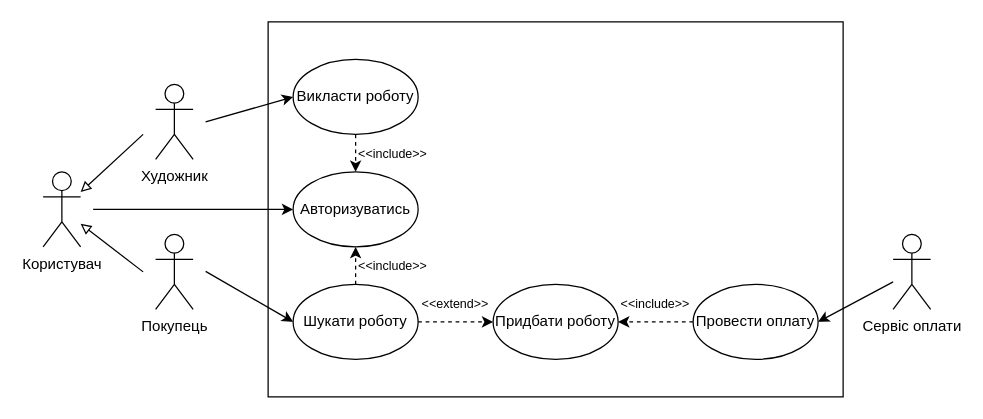
Earlier version of the draw.io diagram 1-SoftwareRequirements/1.3-SoftwareUserRequirements/1.3.3-UseCaseDiagram/PrecedenceDiagram.drawio (oleksandrblazhko/ai203-tokarev). Source tidied: cells renumbered, new cells numbered last; positions are measured from the earlier drawing's top-left corner, leaving out a move shared by most shapes. Both pictures are drawn from the tidied source at 125%, with x=0, y=0 at pixel (42, 21).
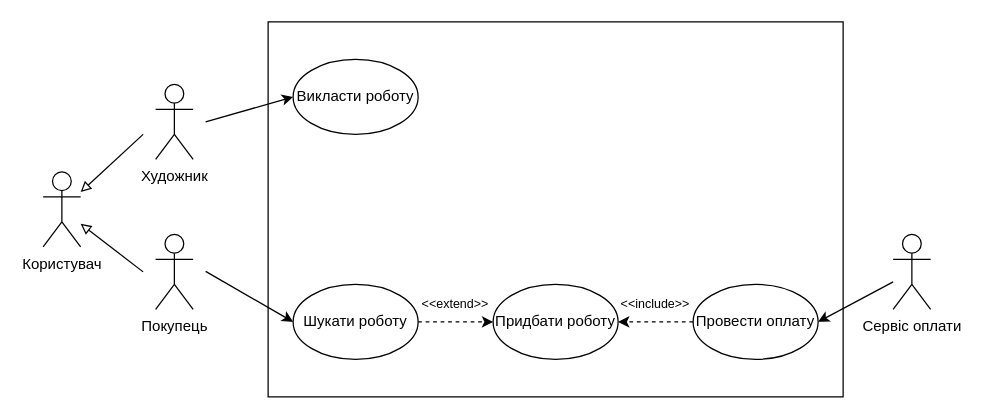
Above is the later version.

The change refers to these unchanged cells:
```xml
<mxCell id="6" value="Викласти роботу" style="ellipse;whiteSpace=wrap;html=1;" parent="1" vertex="1">
  <mxGeometry x="200" y="30" width="100" height="60" as="geometry" />
</mxCell>
<mxCell id="8" value="Шукати роботу" style="ellipse;whiteSpace=wrap;html=1;" parent="1" vertex="1">
  <mxGeometry x="200" y="210" width="100" height="60" as="geometry" />
</mxCell>
```

What changed in the source:
```diff
@@
-    <mxCell id="19" value="Авторизуватись" style="ellipse;whiteSpace=wrap;html=1;" parent="1" vertex="1">
-      <mxGeometry x="200" y="120" width="100" height="60" as="geometry" />
-    </mxCell>
-    <mxCell id="20" style="endArrow=classic;html=1;rounded=0;fontSize=10;entryX=0.5;entryY=0;entryDx=0;entryDy=0;exitX=0.5;exitY=1;exitDx=0;exitDy=0;dashed=1;" parent="1" edge="1" source="6" target="19">
-      <mxGeometry relative="1" as="geometry" />
-    </mxCell>
-    <mxCell id="21" style="endArrow=classic;html=1;rounded=0;fontSize=10;exitX=0.5;exitY=0;exitDx=0;exitDy=0;entryX=0.5;entryY=1;entryDx=0;entryDy=0;dashed=1;" parent="1" edge="1" source="8" target="19">
-      <mxGeometry relative="1" as="geometry" />
-    </mxCell>
-    <mxCell id="22" value="&lt;font style=&quot;font-size: 10px;&quot;&gt;&amp;lt;&amp;lt;include&amp;gt;&amp;gt;&lt;/font&gt;" style="text;html=1;strokeColor=none;fillColor=none;align=center;verticalAlign=middle;whiteSpace=wrap;rounded=0;" parent="1" vertex="1">
-      <mxGeometry x="250" y="90" width="60" height="30" as="geometry" />
-    </mxCell>
-    <mxCell id="23" value="&lt;font style=&quot;font-size: 10px;&quot;&gt;&amp;lt;&amp;lt;include&amp;gt;&amp;gt;&lt;/font&gt;" style="text;html=1;strokeColor=none;fillColor=none;align=center;verticalAlign=middle;whiteSpace=wrap;rounded=0;" parent="1" vertex="1">
-      <mxGeometry x="250" y="180" width="60" height="30" as="geometry" />
-    </mxCell>
@@
-    <mxCell id="25" style="endArrow=classic;html=1;rounded=0;entryX=0;entryY=0.5;entryDx=0;entryDy=0;" parent="1" edge="1" target="19">
-      <mxGeometry relative="1" as="geometry">
-        <mxPoint x="40" y="150" as="sourcePoint" />
-      </mxGeometry>
-    </mxCell>
```
